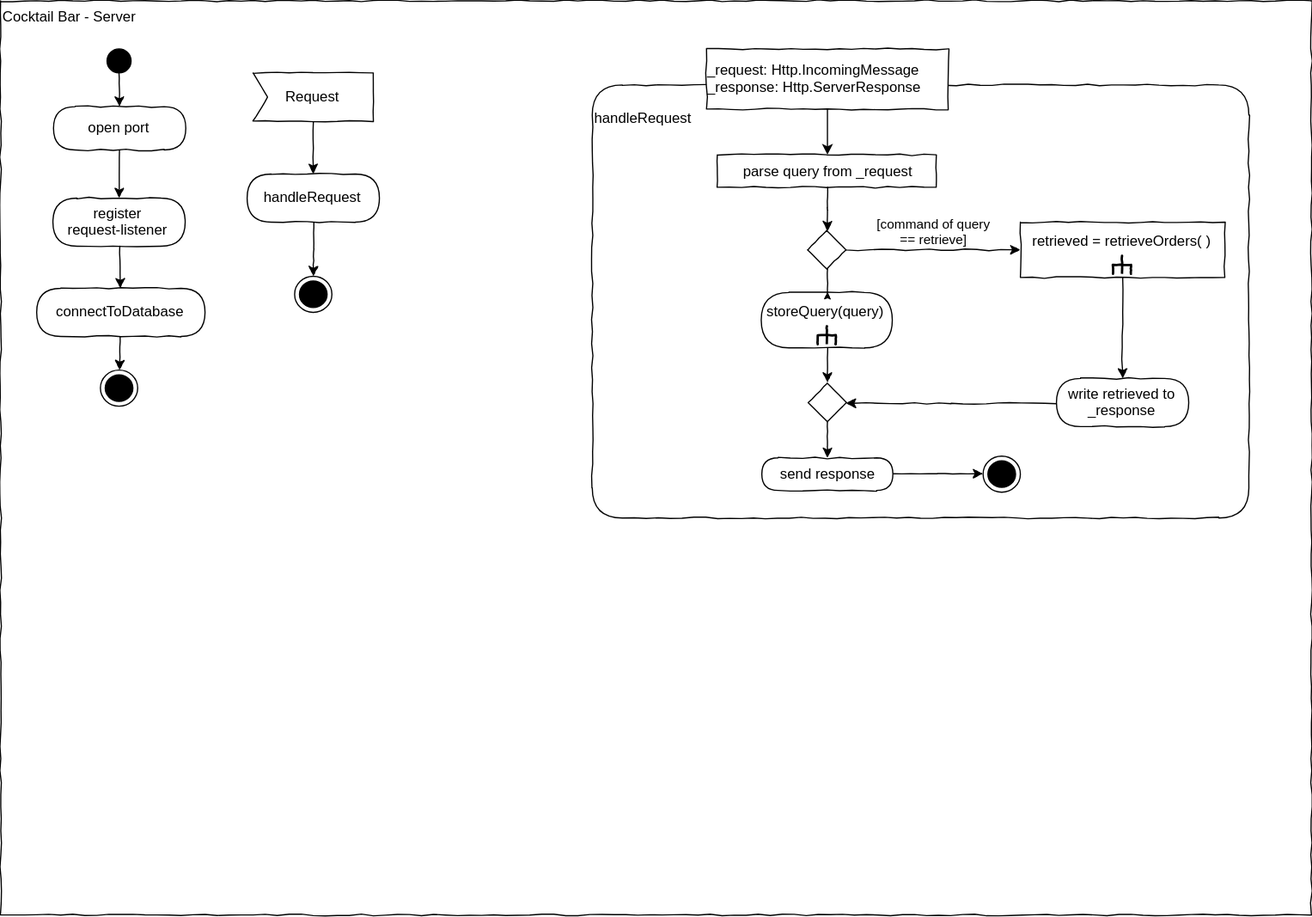
This is L07_Database/Material/draw.io/Activity.svg from JirkaDellOro/EIA2-Inverted, a draw.io export, as it was before one commit. Source tidied: cells renumbered, new cells last; positions are measured from the earlier drawing's top-left corner, leaving out a move shared by most shapes.
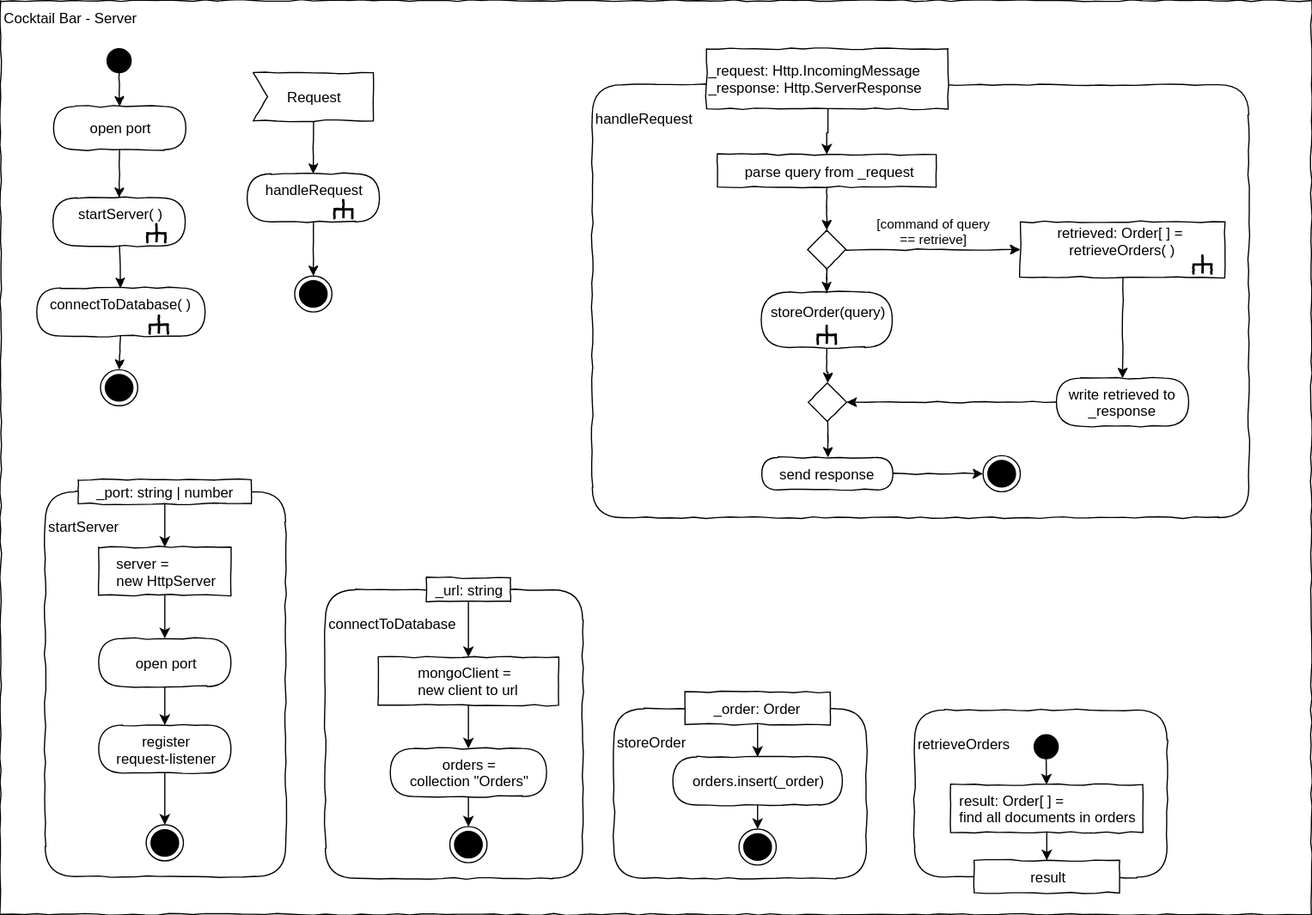
After the commit.

Diff of the diagram source:
```diff
@@ -5,6 +5,9 @@
     <mxCell id="2" value="&lt;div style=&quot;text-align: left&quot;&gt;&lt;span&gt;Cocktail Bar - Server&lt;/span&gt;&lt;/div&gt;" style="rounded=0;whiteSpace=wrap;html=1;shadow=0;glass=0;comic=1;strokeColor=#000000;labelPosition=center;verticalLabelPosition=middle;align=left;verticalAlign=top;absoluteArcSize=1;arcSize=50;" parent="1" vertex="1">
       <mxGeometry width="1090" height="760" as="geometry" />
     </mxCell>
+    <mxCell id="44" value="&lt;div style=&quot;text-align: left&quot;&gt;&lt;br&gt;&lt;/div&gt;&lt;div style=&quot;text-align: left&quot;&gt;startServer&lt;/div&gt;" style="rounded=1;whiteSpace=wrap;html=1;shadow=0;glass=0;comic=1;strokeColor=#000000;labelPosition=center;verticalLabelPosition=middle;align=left;verticalAlign=top;absoluteArcSize=1;arcSize=50;" parent="1" vertex="1">
+      <mxGeometry x="37" y="408.5" width="200" height="320" as="geometry" />
+    </mxCell>
     <mxCell id="3" style="ellipse;whiteSpace=wrap;html=1;rounded=0;shadow=0;comic=0;labelBackgroundColor=none;strokeColor=#000000;strokeWidth=1;fillColor=#000000;fontFamily=Verdana;fontSize=12;fontColor=#000000;align=center;comic=1;" parent="1" vertex="1">
       <mxGeometry x="88.5" y="40" width="20" height="20" as="geometry" />
     </mxCell>
@@ -17,7 +20,7 @@
     <mxCell id="6" style="edgeStyle=none;rounded=0;jettySize=auto;html=1;comic=1;" parent="1" edge="1" source="19" target="7">
       <mxGeometry relative="1" as="geometry" />
     </mxCell>
-    <mxCell id="7" value="register &lt;br&gt;request-listener" style="rounded=1;whiteSpace=wrap;html=1;absoluteArcSize=1;arcSize=50;strokeWidth=1;shadow=0;comic=1;align=center;" parent="1" vertex="1">
+    <mxCell id="7" value="startServer( )&lt;br&gt;&amp;nbsp;" style="rounded=1;whiteSpace=wrap;html=1;absoluteArcSize=1;arcSize=50;strokeWidth=1;shadow=0;comic=1;align=center;" parent="1" vertex="1">
       <mxGeometry x="43.5" y="164" width="110" height="40" as="geometry" />
     </mxCell>
     <mxCell id="8" style="edgeStyle=none;rounded=0;orthogonalLoop=1;jettySize=auto;html=1;" parent="1" edge="1">
@@ -51,7 +54,7 @@
     <mxCell id="16" style="edgeStyle=orthogonalEdgeStyle;rounded=0;comic=1;jettySize=auto;html=1;entryX=0.5;entryY=0;entryDx=0;entryDy=0;" parent="1" edge="1" source="17" target="41">
       <mxGeometry relative="1" as="geometry" />
     </mxCell>
-    <mxCell id="17" value="&lt;div style=&quot;text-align: left&quot;&gt;storeQuery(query)&lt;/div&gt;&lt;div style=&quot;text-align: left&quot;&gt;&lt;br&gt;&lt;/div&gt;" style="rounded=1;whiteSpace=wrap;html=1;absoluteArcSize=1;arcSize=50;strokeWidth=1;shadow=0;comic=1;fontFamily=Helvetica;fontSize=12;fontColor=#000000;align=center;strokeColor=#000000;fillColor=#ffffff;" parent="1" vertex="1">
+    <mxCell id="17" value="&lt;div style=&quot;text-align: left&quot;&gt;storeOrder(query)&lt;/div&gt;&lt;div style=&quot;text-align: left&quot;&gt;&lt;br&gt;&lt;/div&gt;" style="rounded=1;whiteSpace=wrap;html=1;absoluteArcSize=1;arcSize=50;strokeWidth=1;shadow=0;comic=1;fontFamily=Helvetica;fontSize=12;fontColor=#000000;align=center;strokeColor=#000000;fillColor=#ffffff;" parent="1" vertex="1">
       <mxGeometry x="632.5" y="242.5" width="109" height="46" as="geometry" />
     </mxCell>
     <mxCell id="18" style="edgeStyle=orthogonalEdgeStyle;rounded=0;jettySize=auto;html=1;comic=1;" parent="1" edge="1" source="29" target="17">
@@ -78,7 +81,7 @@
     <mxCell id="25" style="edgeStyle=orthogonalEdgeStyle;rounded=0;jettySize=auto;html=1;comic=1;" parent="1" edge="1" source="26" target="27">
       <mxGeometry relative="1" as="geometry" />
     </mxCell>
-    <mxCell id="26" value="handleRequest" style="rounded=1;whiteSpace=wrap;html=1;absoluteArcSize=1;arcSize=50;strokeWidth=1;shadow=0;comic=1;align=center;" parent="1" vertex="1">
+    <mxCell id="26" value="handleRequest&lt;br&gt;&amp;nbsp;" style="rounded=1;whiteSpace=wrap;html=1;absoluteArcSize=1;arcSize=50;strokeWidth=1;shadow=0;comic=1;align=center;" parent="1" vertex="1">
       <mxGeometry x="205" y="144" width="110" height="40" as="geometry" />
     </mxCell>
     <mxCell id="27" style="ellipse;html=1;shape=endState;fillColor=#000000;strokeColor=#000000;comic=1;" parent="1" vertex="1">
@@ -96,7 +99,7 @@
     <mxCell id="31" style="edgeStyle=orthogonalEdgeStyle;rounded=0;jettySize=auto;html=1;comic=1;" parent="1" edge="1" source="32" target="34">
       <mxGeometry relative="1" as="geometry" />
     </mxCell>
-    <mxCell id="32" value="&lt;div&gt;retrieved = retrieveOrders( )&lt;/div&gt;&lt;div&gt;&lt;br&gt;&lt;/div&gt;" style="rounded=0;whiteSpace=wrap;html=1;comic=1;align=center;" parent="1" vertex="1">
+    <mxCell id="32" value="&lt;div&gt;retrieved: Order[ ] =&amp;nbsp;&lt;/div&gt;&lt;div&gt;retrieveOrders( )&lt;/div&gt;&lt;div&gt;&lt;br&gt;&lt;/div&gt;" style="rounded=0;whiteSpace=wrap;html=1;comic=1;align=center;" parent="1" vertex="1">
       <mxGeometry x="848" y="184" width="170" height="46" as="geometry" />
     </mxCell>
     <mxCell id="33" style="edgeStyle=orthogonalEdgeStyle;rounded=0;comic=1;jettySize=auto;html=1;" parent="1" edge="1" source="34" target="41">
@@ -106,7 +109,7 @@
       <mxGeometry x="878" y="314" width="110" height="40" as="geometry" />
     </mxCell>
     <mxCell id="35" style="group;rotation=90;align=left;" parent="1" vertex="1">
-      <mxGeometry x="923" y="207" width="20" height="20" as="geometry" />
+      <mxGeometry x="990" y="207" width="20" height="20" as="geometry" />
     </mxCell>
     <mxCell id="36" style="strokeWidth=2;html=1;shape=mxgraph.flowchart.annotation_2;align=left;rounded=1;comic=1;rotation=90;" parent="35" vertex="1">
       <mxGeometry x="2" y="5" width="15" height="15" as="geometry" />
@@ -126,11 +129,127 @@
     <mxCell id="41" style="rhombus;whiteSpace=wrap;html=1;rounded=0;shadow=0;glass=0;comic=1;strokeColor=#000000;align=left;" parent="1" vertex="1">
       <mxGeometry x="671.5" y="318" width="32" height="32" as="geometry" />
     </mxCell>
-    <mxCell id="42" value="connectToDatabase" style="rounded=1;whiteSpace=wrap;html=1;absoluteArcSize=1;arcSize=50;strokeWidth=1;shadow=0;comic=1;align=center;" parent="1" vertex="1">
+    <mxCell id="42" value="connectToDatabase( )&lt;br&gt;&amp;nbsp;" style="rounded=1;whiteSpace=wrap;html=1;absoluteArcSize=1;arcSize=50;strokeWidth=1;shadow=0;comic=1;align=center;" parent="1" vertex="1">
       <mxGeometry x="30" y="239" width="140" height="40" as="geometry" />
     </mxCell>
     <mxCell id="43" style="edgeStyle=none;rounded=0;jettySize=auto;html=1;comic=1;" parent="1" edge="1" source="7" target="42">
       <mxGeometry relative="1" as="geometry" />
     </mxCell>
+    <mxCell id="45" style="group;rotation=90;align=center;" parent="1" vertex="1">
+      <mxGeometry x="120" y="181" width="20" height="20" as="geometry" />
+    </mxCell>
+    <mxCell id="46" style="strokeWidth=2;html=1;shape=mxgraph.flowchart.annotation_2;align=left;rounded=1;comic=1;rotation=90;" parent="45" vertex="1">
+      <mxGeometry x="2" y="5" width="15" height="15" as="geometry" />
+    </mxCell>
+    <mxCell id="47" style="endArrow=none;html=1;exitX=1;exitY=0.5;exitPerimeter=0;strokeWidth=2;" parent="45" edge="1" source="46">
+      <mxGeometry relative="1" as="geometry">
+        <mxPoint x="10" y="13" as="targetPoint" />
+      </mxGeometry>
+    </mxCell>
+    <mxCell id="48" style="group;rotation=90;align=center;" parent="1" vertex="1">
+      <mxGeometry x="122" y="257" width="20" height="20" as="geometry" />
+    </mxCell>
+    <mxCell id="49" style="strokeWidth=2;html=1;shape=mxgraph.flowchart.annotation_2;align=left;rounded=1;comic=1;rotation=90;" parent="48" vertex="1">
+      <mxGeometry x="2" y="5" width="15" height="15" as="geometry" />
+    </mxCell>
+    <mxCell id="50" style="endArrow=none;html=1;entryX=0.508;entryY=0.487;entryPerimeter=0;exitX=1;exitY=0.5;exitPerimeter=0;strokeWidth=2;" parent="48" edge="1" source="49" target="49">
+      <mxGeometry relative="1" as="geometry" />
+    </mxCell>
+    <mxCell id="51" style="group;rotation=90;align=center;" parent="1" vertex="1">
+      <mxGeometry x="275.5" y="161" width="20" height="20" as="geometry" />
+    </mxCell>
+    <mxCell id="52" style="strokeWidth=2;html=1;shape=mxgraph.flowchart.annotation_2;align=left;rounded=1;comic=1;rotation=90;" parent="51" vertex="1">
+      <mxGeometry x="2" y="5" width="15" height="15" as="geometry" />
+    </mxCell>
+    <mxCell id="53" style="endArrow=none;html=1;entryX=0.508;entryY=0.487;entryPerimeter=0;exitX=1;exitY=0.5;exitPerimeter=0;strokeWidth=2;" parent="51" edge="1" source="52" target="52">
+      <mxGeometry relative="1" as="geometry" />
+    </mxCell>
+    <mxCell id="54" style="ellipse;html=1;shape=endState;fillColor=#000000;strokeColor=#000000;comic=1;align=center;" parent="1" vertex="1">
+      <mxGeometry x="121" y="685.5" width="31" height="30" as="geometry" />
+    </mxCell>
+    <mxCell id="55" style="edgeStyle=none;rounded=0;jettySize=auto;html=1;" parent="1" edge="1" source="57" target="54">
+      <mxGeometry relative="1" as="geometry" />
+    </mxCell>
+    <mxCell id="56" style="edgeStyle=none;rounded=0;jettySize=auto;html=1;" parent="1" edge="1" source="58" target="57">
+      <mxGeometry relative="1" as="geometry" />
+    </mxCell>
+    <mxCell id="57" value="register &lt;br&gt;request-listener" style="rounded=1;whiteSpace=wrap;html=1;absoluteArcSize=1;arcSize=50;strokeWidth=1;shadow=0;comic=1;align=center;" parent="1" vertex="1">
+      <mxGeometry x="81.5" y="602.5" width="110" height="40" as="geometry" />
+    </mxCell>
+    <mxCell id="58" value="open port" style="rounded=1;whiteSpace=wrap;html=1;absoluteArcSize=1;arcSize=50;strokeWidth=1;shadow=0;comic=1;align=center;" parent="1" vertex="1">
+      <mxGeometry x="81.5" y="530.5" width="110" height="40" as="geometry" />
+    </mxCell>
+    <mxCell id="59" style="edgeStyle=none;rounded=0;jettySize=auto;html=1;" parent="1" edge="1" source="61" target="58">
+      <mxGeometry relative="1" as="geometry" />
+    </mxCell>
+    <mxCell id="60" value="&lt;div style=&quot;text-align: left&quot;&gt;_port: string | number&lt;/div&gt;" style="rounded=0;whiteSpace=wrap;html=1;comic=1;align=center;" parent="1" vertex="1">
+      <mxGeometry x="64.5" y="398.5" width="144" height="20" as="geometry" />
+    </mxCell>
+    <mxCell id="61" value="&lt;div style=&quot;text-align: left&quot;&gt;server =&amp;nbsp;&lt;/div&gt;&lt;div style=&quot;text-align: left&quot;&gt;new HttpServer&lt;/div&gt;" style="rounded=0;whiteSpace=wrap;html=1;comic=1;align=center;" parent="1" vertex="1">
+      <mxGeometry x="81.5" y="454.5" width="110" height="40" as="geometry" />
+    </mxCell>
+    <mxCell id="62" style="edgeStyle=none;rounded=0;jettySize=auto;html=1;" parent="1" edge="1" source="60" target="61">
+      <mxGeometry relative="1" as="geometry" />
+    </mxCell>
+    <mxCell id="63" value="&lt;div style=&quot;text-align: left&quot;&gt;&lt;br&gt;&lt;/div&gt;&lt;div style=&quot;text-align: left&quot;&gt;connectToDatabase&lt;/div&gt;" style="rounded=1;whiteSpace=wrap;html=1;shadow=0;glass=0;comic=1;strokeColor=#000000;labelPosition=center;verticalLabelPosition=middle;align=left;verticalAlign=top;absoluteArcSize=1;arcSize=50;" parent="1" vertex="1">
+      <mxGeometry x="270" y="490" width="214" height="240" as="geometry" />
+    </mxCell>
+    <mxCell id="64" style="ellipse;html=1;shape=endState;fillColor=#000000;strokeColor=#000000;comic=1;align=center;" parent="1" vertex="1">
+      <mxGeometry x="373.5" y="687" width="31" height="30" as="geometry" />
+    </mxCell>
+    <mxCell id="65" style="edgeStyle=none;rounded=0;jettySize=auto;html=1;" parent="1" edge="1" source="66" target="64">
+      <mxGeometry relative="1" as="geometry" />
+    </mxCell>
+    <mxCell id="66" value="orders =&lt;br&gt;collection &quot;Orders&quot;" style="rounded=1;whiteSpace=wrap;html=1;absoluteArcSize=1;arcSize=50;strokeWidth=1;shadow=0;comic=1;align=center;" parent="1" vertex="1">
+      <mxGeometry x="324" y="622" width="130" height="40" as="geometry" />
+    </mxCell>
+    <mxCell id="67" style="edgeStyle=none;rounded=0;jettySize=auto;html=1;" parent="1" edge="1" source="69" target="66">
+      <mxGeometry relative="1" as="geometry" />
+    </mxCell>
+    <mxCell id="68" value="&lt;div style=&quot;text-align: left&quot;&gt;_url: string&lt;/div&gt;" style="rounded=0;whiteSpace=wrap;html=1;comic=1;align=center;" parent="1" vertex="1">
+      <mxGeometry x="354" y="480" width="70" height="20" as="geometry" />
+    </mxCell>
+    <mxCell id="69" value="&lt;div style=&quot;text-align: left&quot;&gt;mongoClient =&lt;/div&gt;&lt;div style=&quot;text-align: left&quot;&gt;new client to url&lt;/div&gt;" style="rounded=0;whiteSpace=wrap;html=1;comic=1;align=center;" parent="1" vertex="1">
+      <mxGeometry x="314" y="546" width="150" height="40" as="geometry" />
+    </mxCell>
+    <mxCell id="70" style="edgeStyle=none;rounded=0;jettySize=auto;html=1;" parent="1" edge="1" source="68" target="69">
+      <mxGeometry relative="1" as="geometry" />
+    </mxCell>
+    <mxCell id="71" value="&lt;div style=&quot;text-align: left&quot;&gt;&lt;br&gt;&lt;/div&gt;&lt;div style=&quot;text-align: left&quot;&gt;storeOrder&lt;/div&gt;" style="rounded=1;whiteSpace=wrap;html=1;shadow=0;glass=0;comic=1;strokeColor=#000000;labelPosition=center;verticalLabelPosition=middle;align=left;verticalAlign=top;absoluteArcSize=1;arcSize=50;" parent="1" vertex="1">
+      <mxGeometry x="510" y="589" width="210" height="141" as="geometry" />
+    </mxCell>
+    <mxCell id="72" value="&lt;div style=&quot;text-align: left&quot;&gt;_order: Order&lt;/div&gt;" style="rounded=0;whiteSpace=wrap;html=1;comic=1;align=center;" parent="1" vertex="1">
+      <mxGeometry x="569" y="575" width="121" height="27" as="geometry" />
+    </mxCell>
+    <mxCell id="73" style="edgeStyle=none;rounded=0;jettySize=auto;html=1;" parent="1" edge="1" source="75" target="74">
+      <mxGeometry relative="1" as="geometry" />
+    </mxCell>
+    <mxCell id="74" style="ellipse;html=1;shape=endState;fillColor=#000000;strokeColor=#000000;comic=1;align=center;" parent="1" vertex="1">
+      <mxGeometry x="614" y="689" width="31" height="30" as="geometry" />
+    </mxCell>
+    <mxCell id="75" value="orders.insert(_order)" style="rounded=1;whiteSpace=wrap;html=1;absoluteArcSize=1;arcSize=50;strokeWidth=1;shadow=0;comic=1;align=center;" parent="1" vertex="1">
+      <mxGeometry x="559" y="629" width="141" height="40" as="geometry" />
+    </mxCell>
+    <mxCell id="76" style="edgeStyle=none;rounded=0;jettySize=auto;html=1;" parent="1" edge="1" source="72" target="75">
+      <mxGeometry relative="1" as="geometry" />
+    </mxCell>
+    <mxCell id="77" value="&lt;div style=&quot;text-align: left&quot;&gt;&lt;br&gt;&lt;/div&gt;&lt;div style=&quot;text-align: left&quot;&gt;retrieveOrders&lt;/div&gt;" style="rounded=1;whiteSpace=wrap;html=1;shadow=0;glass=0;comic=1;strokeColor=#000000;labelPosition=center;verticalLabelPosition=middle;align=left;verticalAlign=top;absoluteArcSize=1;arcSize=50;" parent="1" vertex="1">
+      <mxGeometry x="760" y="590" width="210" height="139" as="geometry" />
+    </mxCell>
+    <mxCell id="78" style="edgeStyle=none;rounded=0;jettySize=auto;html=1;" parent="1" edge="1" source="80" target="82">
+      <mxGeometry relative="1" as="geometry" />
+    </mxCell>
+    <mxCell id="79" style="ellipse;whiteSpace=wrap;html=1;rounded=0;shadow=0;comic=0;labelBackgroundColor=none;strokeColor=#000000;strokeWidth=1;fillColor=#000000;fontFamily=Verdana;fontSize=12;fontColor=#000000;align=center;comic=1;" parent="1" vertex="1">
+      <mxGeometry x="859.5" y="610.5" width="20" height="20" as="geometry" />
+    </mxCell>
+    <mxCell id="80" value="&lt;div style=&quot;text-align: left&quot;&gt;result: Order[ ] =&lt;/div&gt;&lt;div style=&quot;text-align: left&quot;&gt;find all documents in orders&lt;/div&gt;" style="rounded=0;whiteSpace=wrap;html=1;comic=1;align=center;" parent="1" vertex="1">
+      <mxGeometry x="790" y="652" width="160" height="40" as="geometry" />
+    </mxCell>
+    <mxCell id="81" style="edgeStyle=none;rounded=0;jettySize=auto;html=1;" parent="1" edge="1" source="79" target="80">
+      <mxGeometry relative="1" as="geometry" />
+    </mxCell>
+    <mxCell id="82" value="&lt;div style=&quot;text-align: left&quot;&gt;result&lt;/div&gt;" style="rounded=0;whiteSpace=wrap;html=1;comic=1;align=center;" parent="1" vertex="1">
+      <mxGeometry x="809.5" y="715" width="121" height="27" as="geometry" />
+    </mxCell>
   </root>
 </mxGraphModel>
```
